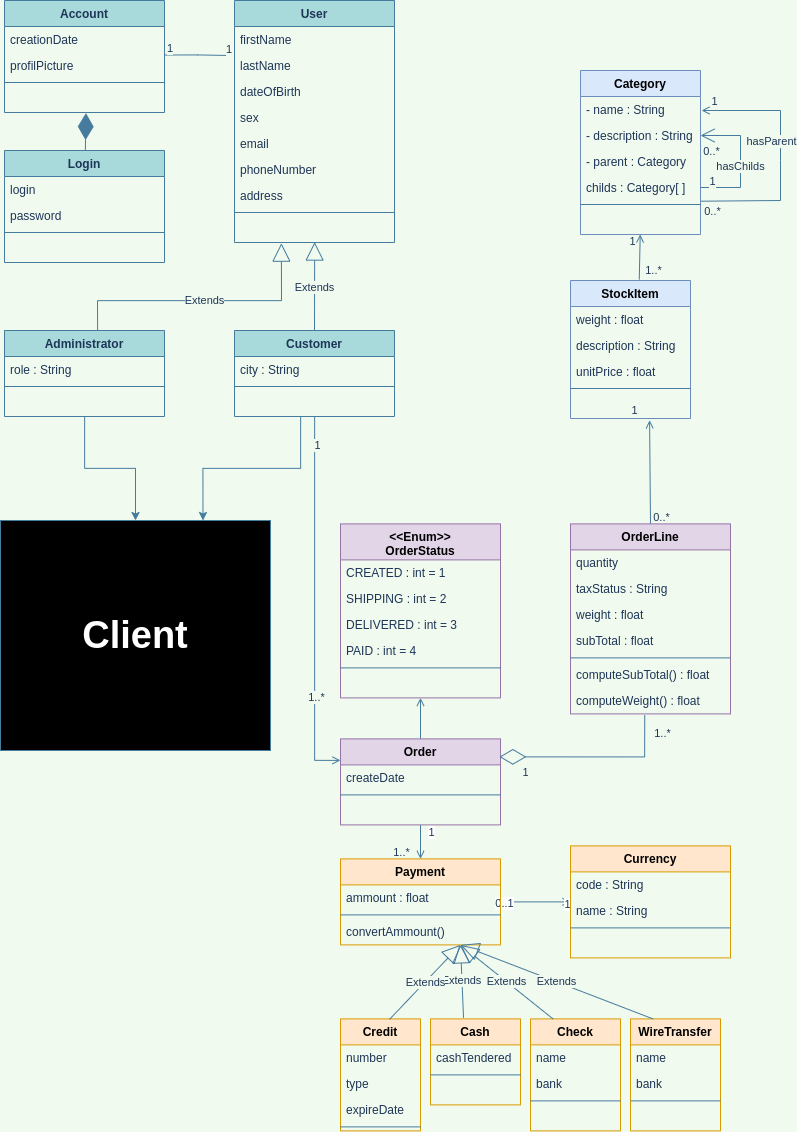
Earlier version of the draw.io export use_case.drawio.png (jp-sft/Web-Service). Source tidied: cells renumbered, new cells last; positions are measured from the earlier drawing's top-left corner, leaving out a move shared by most shapes.
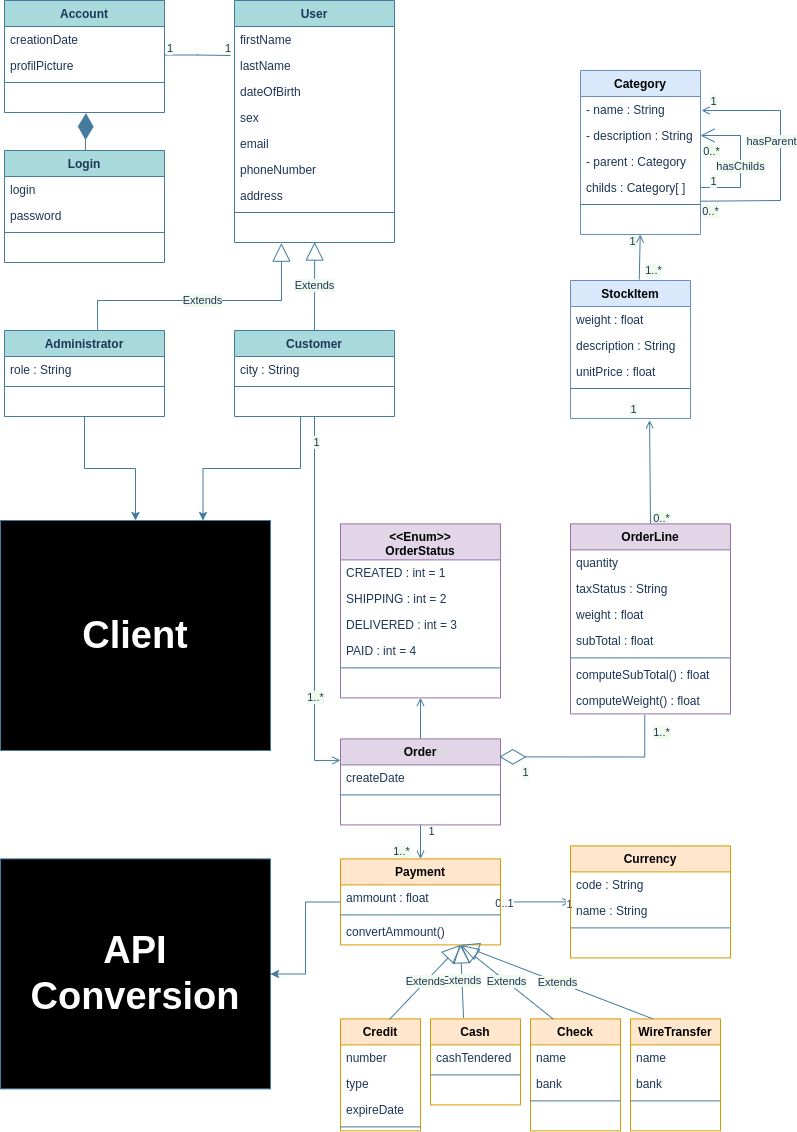
After the commit.

The edit, as a diff of the source:
```diff
@@ -1,4 +1,4 @@
-<mxGraphModel background="#F1FAEE">
+<mxGraphModel background="#FFFFFF">
   <root>
     <mxCell id="0" />
     <mxCell id="1" parent="0" />
@@ -193,6 +193,9 @@
     <mxCell id="58" value="1" style="edgeLabel;html=1;align=center;verticalAlign=middle;fontColor=#1D3557;" parent="56" vertex="1">
       <mxGeometry x="0.9" y="-1" relative="1" as="geometry" />
     </mxCell>
+    <mxCell id="130" style="edgeStyle=orthogonalEdgeStyle;rounded=0;jettySize=auto;html=1;strokeColor=#457B9D;fontSize=38;fontColor=#FFFFFF;fillColor=#A8DADC;" parent="1" edge="1" source="59" target="131">
+      <mxGeometry relative="1" as="geometry" />
+    </mxCell>
     <mxCell id="59" value="Payment" style="swimlane;fontStyle=1;align=center;verticalAlign=top;horizontal=1;startSize=26;fillColor=#ffe6cc;strokeColor=#d79b00;" parent="1" vertex="1">
       <mxGeometry x="340" y="858.4" width="160" height="86" as="geometry" />
     </mxCell>
@@ -445,5 +448,8 @@
     <mxCell id="129" value="&lt;font color=&quot;#ffffff&quot; style=&quot;font-size: 38px;&quot;&gt;&lt;b&gt;Client&lt;/b&gt;&lt;/font&gt;" style="rounded=0;whiteSpace=wrap;html=1;strokeColor=#457B9D;fontColor=#1D3557;fillColor=#000000;" parent="1" vertex="1">
       <mxGeometry y="520" width="270" height="230" as="geometry" />
     </mxCell>
+    <mxCell id="131" value="&lt;font color=&quot;#ffffff&quot;&gt;&lt;span style=&quot;font-size: 38px;&quot;&gt;&lt;b&gt;API Conversion&lt;/b&gt;&lt;/span&gt;&lt;/font&gt;" style="rounded=0;whiteSpace=wrap;html=1;strokeColor=#457B9D;fontColor=#1D3557;fillColor=#000000;" parent="1" vertex="1">
+      <mxGeometry y="858.4" width="270" height="230" as="geometry" />
+    </mxCell>
   </root>
 </mxGraphModel>
```
